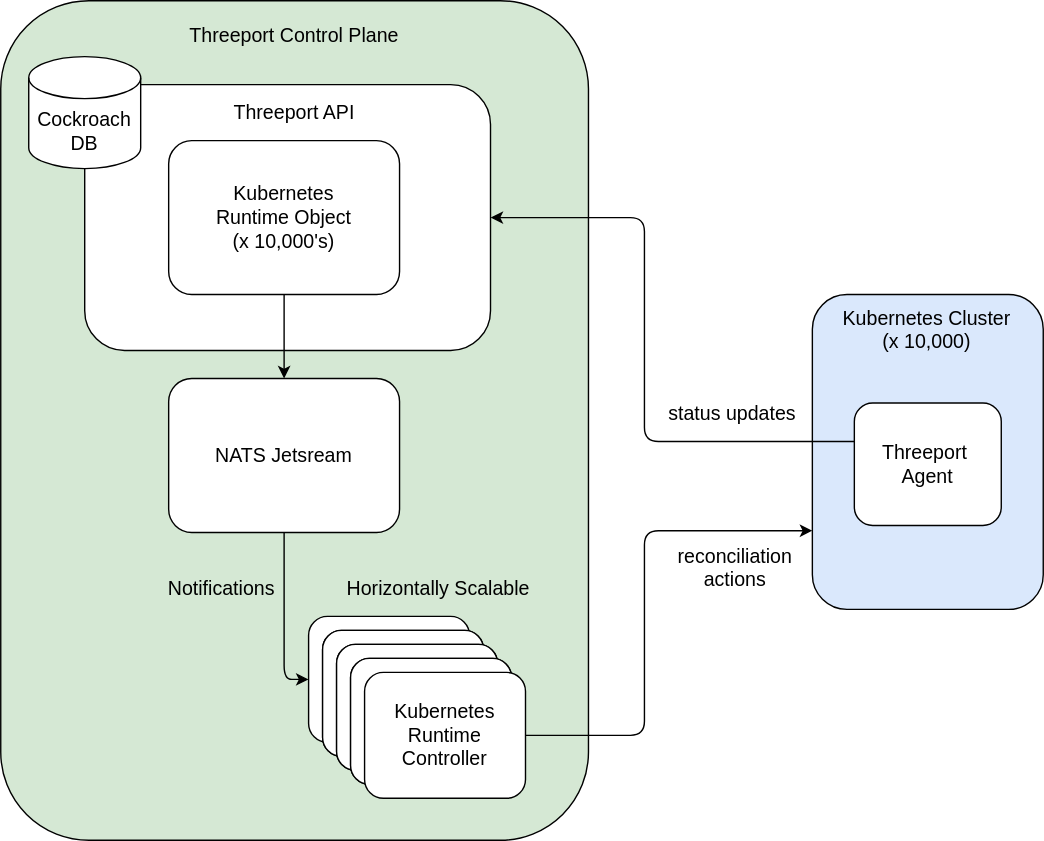
threeport/threeport keeps this draw.io diagram as docs/docs/img/ThreeportKubernetesFederation.drawio.svg. Above is the earlier version. Source tidied: cells renumbered, new cells last; positions are measured from the earlier drawing's top-left corner, leaving out a move shared by most shapes.
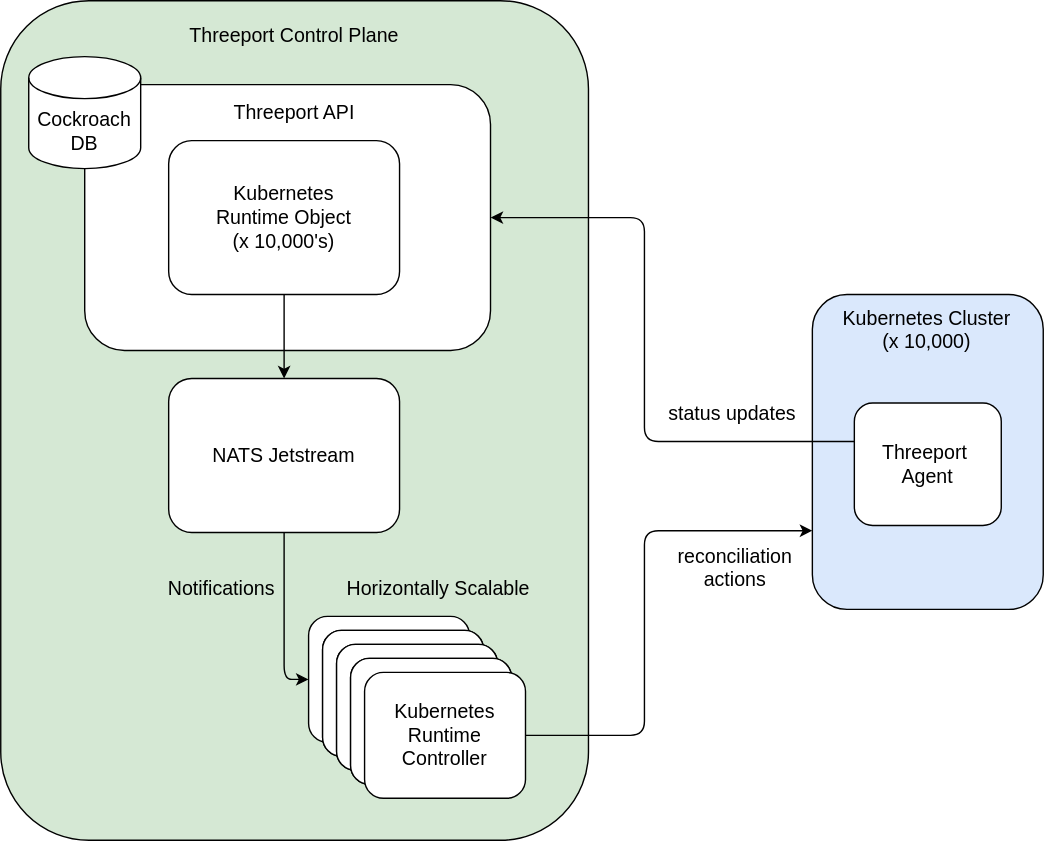
After the change.

Commit message:
docs: fix jetstream typo

Change to the diagram source:
```diff
@@ -11,7 +11,7 @@
     <mxCell id="4" value="&lt;font style=&quot;color: rgb(0, 0, 0);&quot;&gt;Kubernetes&amp;nbsp;&lt;/font&gt;&lt;div&gt;&lt;font style=&quot;color: rgb(0, 0, 0);&quot;&gt;Runtime Object&lt;/font&gt;&lt;/div&gt;&lt;div&gt;&lt;font style=&quot;color: rgb(0, 0, 0);&quot;&gt;(x 10,000's)&lt;/font&gt;&lt;/div&gt;" style="rounded=1;whiteSpace=wrap;html=1;fontSize=14;fontColor=#000000;" parent="1" vertex="1">
       <mxGeometry x="120" y="100" width="165" height="110" as="geometry" />
     </mxCell>
-    <mxCell id="5" value="NATS Jetsream" style="rounded=1;whiteSpace=wrap;html=1;fontSize=14;fontColor=#000000;" parent="1" vertex="1">
+    <mxCell id="5" value="NATS Jetstream" style="rounded=1;whiteSpace=wrap;html=1;fontSize=14;fontColor=#000000;" parent="1" vertex="1">
       <mxGeometry x="120" y="270" width="165" height="110" as="geometry" />
     </mxCell>
     <mxCell id="6" style="rounded=1;whiteSpace=wrap;html=1;fontSize=14;fontColor=#000000;" parent="1" vertex="1">
```
